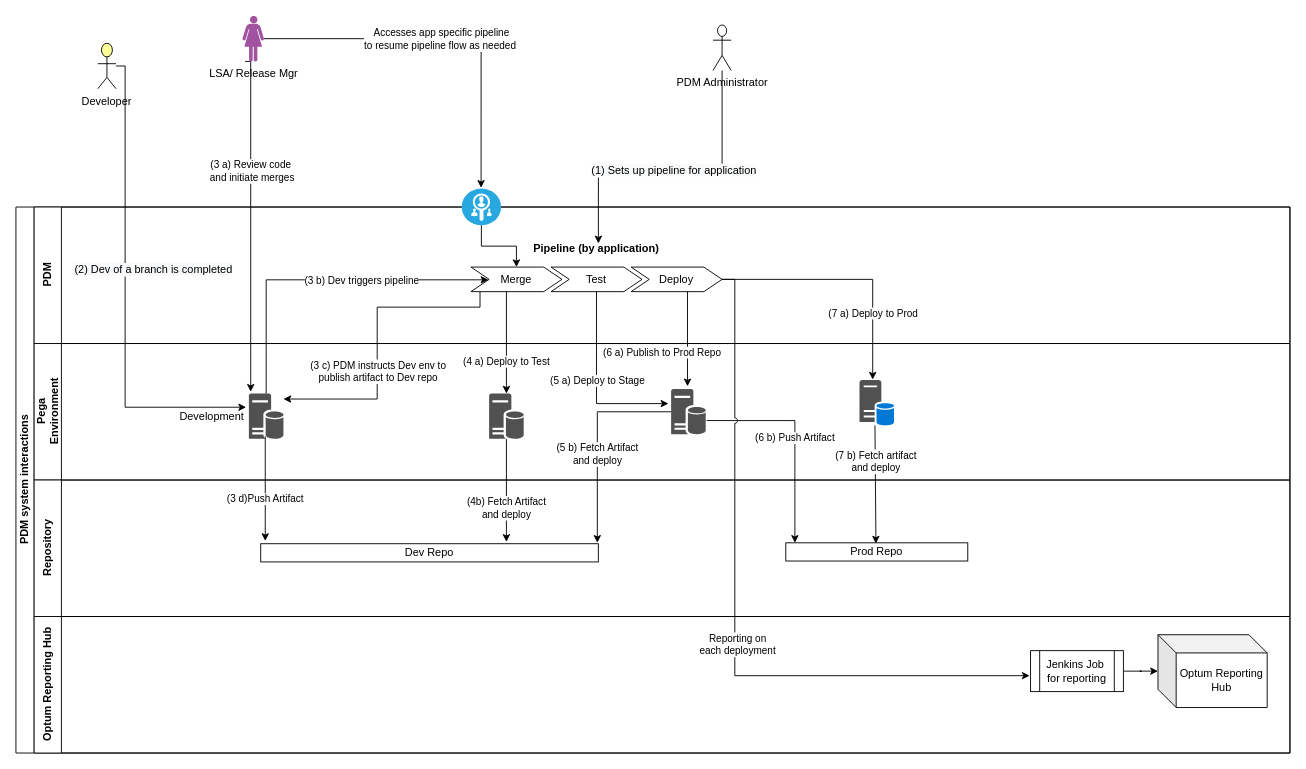
AmanMunnaBali/play_my_playlist keeps this draw.io diagram as page "Page-2" (2 of 2) of Untitled Diagram.drawio. Above is the earlier version. Source tidied: cells renumbered, new cells numbered last; positions are measured from the earlier drawing's top-left corner, leaving out a move shared by most shapes. Both pictures are drawn from the tidied source at 91%, with x=0, y=0 at pixel (15, 15).
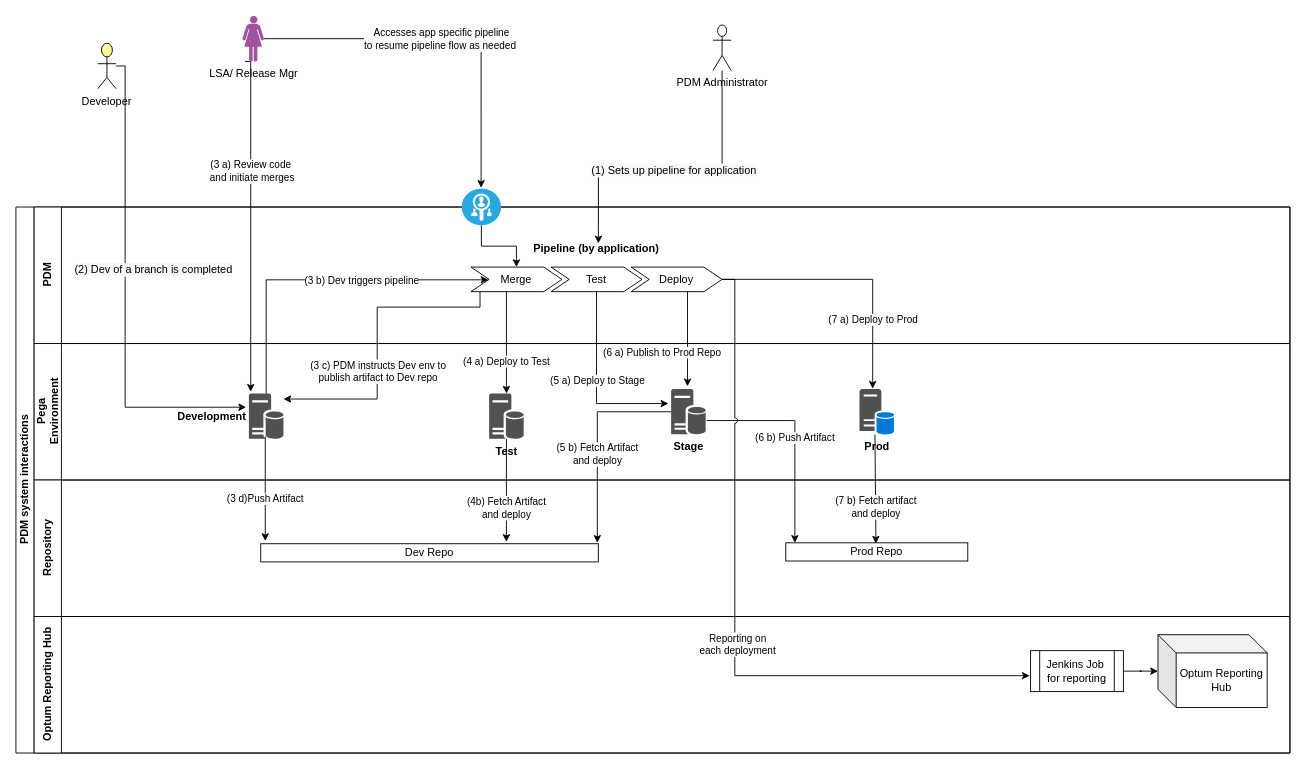
The same diagram, later.

Unchanged cells that the change refers to:
```xml
<mxCell id="2" value="PDM system interactions" style="swimlane;html=1;horizontal=0;startSize=20;" parent="1" vertex="1">
  <mxGeometry y="210" width="1400" height="600" as="geometry" />
</mxCell>
<mxCell id="8" value="Pega &lt;br&gt;Environment" style="swimlane;html=1;startSize=30;horizontal=0;" parent="2" vertex="1">
  <mxGeometry x="20" y="150" width="1380" height="150" as="geometry" />
</mxCell>
<mxCell id="16" value="Prod Repo" style="rounded=0;whiteSpace=wrap;html=1;" parent="14" vertex="1">
  <mxGeometry x="826" y="69" width="200" height="20" as="geometry" />
</mxCell>
```

The edit, as a diff of the source:
```diff
@@
-    <mxCell id="10" style="shadow=0;dashed=0;html=1;strokeColor=none;labelPosition=center;verticalLabelPosition=bottom;verticalAlign=top;align=center;fillColor=#515151;shape=mxgraph.mscae.enterprise.database_server;" parent="8" vertex="1">
+    <mxCell id="10" value="&lt;b&gt;Test&lt;/b&gt;" style="shadow=0;dashed=0;html=1;strokeColor=none;labelPosition=center;verticalLabelPosition=bottom;verticalAlign=top;align=center;fillColor=#515151;shape=mxgraph.mscae.enterprise.database_server;" parent="8" vertex="1">
       <mxGeometry x="500" y="55" width="38" height="50" as="geometry" />
     </mxCell>
-    <mxCell id="11" style="shadow=0;dashed=0;html=1;strokeColor=none;labelPosition=center;verticalLabelPosition=bottom;verticalAlign=top;align=center;fillColor=#515151;shape=mxgraph.mscae.system_center.primary_site;" parent="8" vertex="1">
-      <mxGeometry x="907" y="40" width="38" height="50" as="geometry" />
+    <mxCell id="11" value="&lt;b&gt;Prod&lt;/b&gt;" style="shadow=0;dashed=0;html=1;strokeColor=none;labelPosition=center;verticalLabelPosition=bottom;verticalAlign=top;align=center;fillColor=#515151;shape=mxgraph.mscae.system_center.primary_site;" parent="8" vertex="1">
+      <mxGeometry x="907" y="50" width="38" height="50" as="geometry" />
     </mxCell>
-    <mxCell id="12" style="shadow=0;dashed=0;html=1;strokeColor=none;labelPosition=center;verticalLabelPosition=bottom;verticalAlign=top;align=center;fillColor=#515151;shape=mxgraph.mscae.enterprise.database_server;" parent="8" vertex="1">
+    <mxCell id="12" value="&lt;b&gt;Stage&lt;/b&gt;" style="shadow=0;dashed=0;html=1;strokeColor=none;labelPosition=center;verticalLabelPosition=bottom;verticalAlign=top;align=center;fillColor=#515151;shape=mxgraph.mscae.enterprise.database_server;" parent="8" vertex="1">
       <mxGeometry x="700" y="50" width="38" height="50" as="geometry" />
     </mxCell>
-    <mxCell id="13" value="Development" style="text;html=1;align=center;verticalAlign=middle;points=[];strokeColor=none;" parent="8" vertex="1">
+    <mxCell id="13" value="&lt;b&gt;Development&lt;/b&gt;" style="text;html=1;align=center;verticalAlign=middle;points=[];strokeColor=none;" parent="8" vertex="1">
       <mxGeometry x="150" y="70" width="90" height="20" as="geometry" />
     </mxCell>
@@
     <mxCell id="26" value="(7 b) Fetch artifact&lt;br&gt;and deploy" style="edgeStyle=orthogonalEdgeStyle;rounded=0;jumpStyle=arc;jettySize=auto;html=1;strokeColor=#000000;entryX=0.495;entryY=0.043;entryDx=0;entryDy=0;entryPerimeter=0;" parent="2" edge="1" source="11" target="16">
-      <mxGeometry x="-0.37" relative="1" as="geometry">
+      <mxGeometry x="0.34" relative="1" as="geometry">
         <Array as="points">
           <mxPoint x="944" y="280" />
           <mxPoint x="945" y="280" />
         </Array>
       </mxGeometry>
     </mxCell>
```
